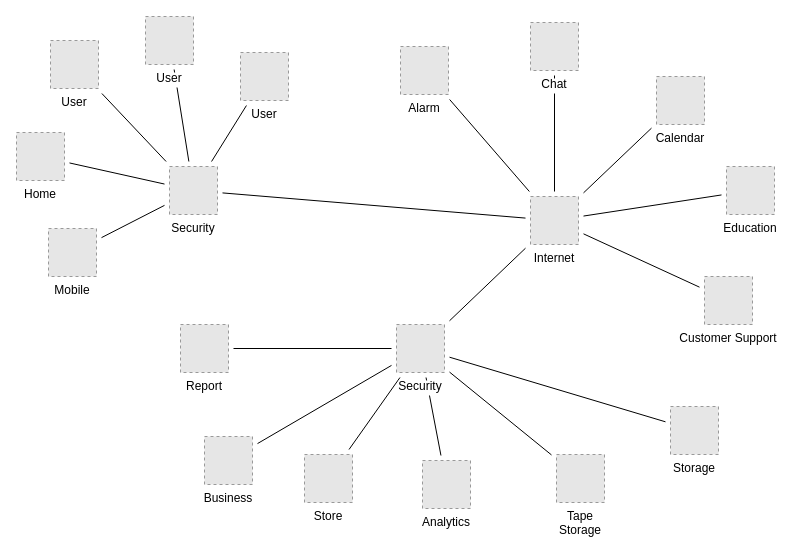
The draw.io diagram DATA Diagram.drawio in manolaz/404token, before the edit. Source tidied: cells renumbered, new cells numbered last; positions are measured from the earlier drawing's top-left corner, leaving out a move shared by most shapes. Both pictures are drawn from the tidied source at 100%, with x=0, y=0 at pixel (16, 16). Pictures stored in the file or linked from it are replaced by grey dashed boxes.
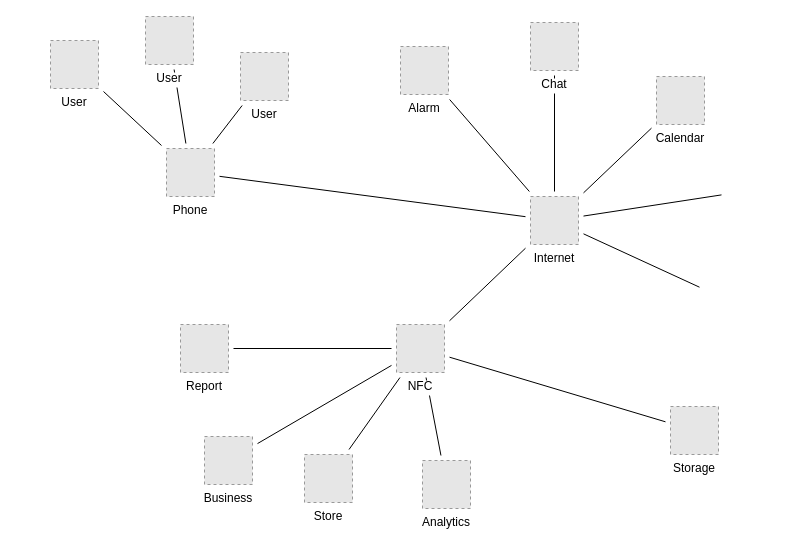
After the change.

Unchanged cells that the change refers to:
```xml
<mxCell id="30" value="Internet" style="fillColor=#E6E6E6;strokeColor=#999999;dashed=1;verticalLabelPosition=bottom;verticalAlign=top;labelBackgroundColor=#ffffff;" parent="1" vertex="1">
  <mxGeometry x="514" y="180" width="48" height="48" as="geometry" />
</mxCell>
```

What changed in the source:
```diff
@@
-    <mxCell id="2" style="edgeStyle=none;rounded=0;jettySize=auto;html=1;sourcePerimeterSpacing=5;endArrow=none;endFill=0;targetPerimeterSpacing=5;" parent="1" edge="1" source="21" target="31">
-      <mxGeometry relative="1" as="geometry" />
-    </mxCell>
-    <mxCell id="3" style="edgeStyle=none;rounded=0;jettySize=auto;html=1;sourcePerimeterSpacing=5;endArrow=none;endFill=0;targetPerimeterSpacing=5;" parent="1" edge="1" source="24" target="31">
-      <mxGeometry relative="1" as="geometry" />
-    </mxCell>
@@
-    <mxCell id="7" style="edgeStyle=none;rounded=0;jettySize=auto;html=1;sourcePerimeterSpacing=5;endArrow=none;endFill=0;targetPerimeterSpacing=5;" parent="1" edge="1" source="30" target="25">
-      <mxGeometry relative="1" as="geometry" />
+    <mxCell id="7" style="edgeStyle=none;rounded=0;jettySize=auto;html=1;sourcePerimeterSpacing=5;endArrow=none;endFill=0;targetPerimeterSpacing=5;" parent="1" edge="1" source="30">
+      <mxGeometry relative="1" as="geometry">
+        <mxPoint x="705" y="178.4" as="targetPoint" />
+      </mxGeometry>
     </mxCell>
-    <mxCell id="8" style="edgeStyle=none;rounded=0;jettySize=auto;html=1;sourcePerimeterSpacing=5;endArrow=none;endFill=0;targetPerimeterSpacing=5;" parent="1" edge="1" source="30" target="23">
-      <mxGeometry relative="1" as="geometry" />
+    <mxCell id="8" style="edgeStyle=none;rounded=0;jettySize=auto;html=1;sourcePerimeterSpacing=5;endArrow=none;endFill=0;targetPerimeterSpacing=5;" parent="1" edge="1" source="30">
+      <mxGeometry relative="1" as="geometry">
+        <mxPoint x="683" y="270.7" as="targetPoint" />
+      </mxGeometry>
     </mxCell>
@@
-    <mxCell id="18" style="edgeStyle=none;rounded=0;jettySize=auto;html=1;sourcePerimeterSpacing=5;endArrow=none;endFill=0;targetPerimeterSpacing=5;" parent="1" edge="1" source="38" target="20">
-      <mxGeometry relative="1" as="geometry" />
-    </mxCell>
@@
-    <mxCell id="20" value="Tape&#10;Storage" style="fillColor=#E6E6E6;strokeColor=#999999;dashed=1;verticalLabelPosition=bottom;verticalAlign=top;labelBackgroundColor=#ffffff;" parent="1" vertex="1">
-      <mxGeometry x="540" y="438" width="48" height="48" as="geometry" />
-    </mxCell>
-    <mxCell id="21" value="Mobile" style="fillColor=#E6E6E6;strokeColor=#999999;dashed=1;verticalLabelPosition=bottom;verticalAlign=top;labelBackgroundColor=#ffffff;" parent="1" vertex="1">
-      <mxGeometry x="32" y="212" width="48" height="48" as="geometry" />
-    </mxCell>
@@
-    <mxCell id="23" value="Customer Support" style="fillColor=#E6E6E6;strokeColor=#999999;dashed=1;verticalLabelPosition=bottom;verticalAlign=top;labelBackgroundColor=#ffffff;" parent="1" vertex="1">
-      <mxGeometry x="688" y="260" width="48" height="48" as="geometry" />
-    </mxCell>
-    <mxCell id="24" value="Home" style="fillColor=#E6E6E6;strokeColor=#999999;dashed=1;verticalLabelPosition=bottom;verticalAlign=top;labelBackgroundColor=#ffffff;" parent="1" vertex="1">
-      <mxGeometry y="116" width="48" height="48" as="geometry" />
-    </mxCell>
-    <mxCell id="25" value="Education" style="fillColor=#E6E6E6;strokeColor=#999999;dashed=1;verticalLabelPosition=bottom;verticalAlign=top;labelBackgroundColor=#ffffff;" parent="1" vertex="1">
-      <mxGeometry x="710" y="150" width="48" height="48" as="geometry" />
-    </mxCell>
@@
-    <mxCell id="31" value="Security" style="fillColor=#E6E6E6;strokeColor=#999999;dashed=1;verticalLabelPosition=bottom;verticalAlign=top;labelBackgroundColor=#ffffff;" parent="1" vertex="1">
-      <mxGeometry x="153" y="150" width="48" height="48" as="geometry" />
+    <mxCell id="31" value="Phone" style="fillColor=#E6E6E6;strokeColor=#999999;dashed=1;verticalLabelPosition=bottom;verticalAlign=top;labelBackgroundColor=#ffffff;" parent="1" vertex="1">
+      <mxGeometry x="150" y="132" width="48" height="48" as="geometry" />
     </mxCell>
@@
-    <mxCell id="38" value="Security" style="fillColor=#E6E6E6;strokeColor=#999999;dashed=1;verticalLabelPosition=bottom;verticalAlign=top;labelBackgroundColor=#ffffff;" parent="1" vertex="1">
+    <mxCell id="38" value="NFC" style="fillColor=#E6E6E6;strokeColor=#999999;dashed=1;verticalLabelPosition=bottom;verticalAlign=top;labelBackgroundColor=#ffffff;" parent="1" vertex="1">
       <mxGeometry x="380" y="308" width="48" height="48" as="geometry" />
     </mxCell>
```
